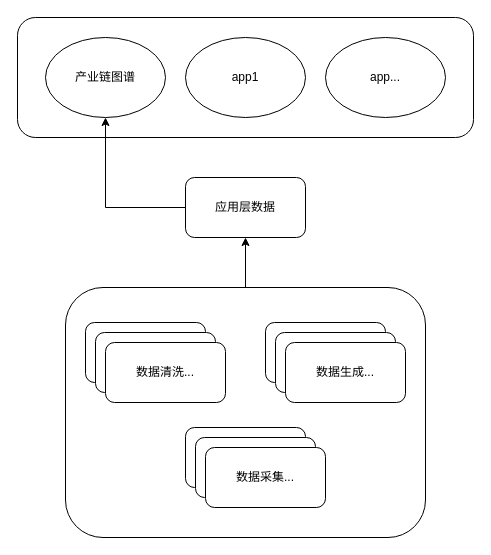
This is isc/ckg-data-flow.drawio from diaohancai/diagrams, a draw.io file, before an edit. Source tidied: cells renumbered, new cells numbered last; positions are measured from the earlier drawing's top-left corner, leaving out a move shared by most shapes. Both pictures are drawn from the tidied source at 100%, with x=0, y=0 at pixel (17, 17).
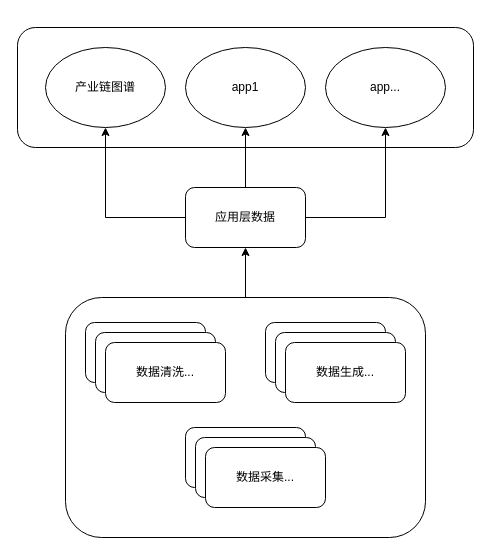
The same page after the edit.

Diff of the diagram source:
```diff
@@
     <mxCell id="2" style="rounded=1;whiteSpace=wrap;html=1;" parent="1" vertex="1">
-      <mxGeometry x="48" y="270" width="360" height="250" as="geometry" />
+      <mxGeometry x="48" y="280" width="360" height="240" as="geometry" />
     </mxCell>
     <mxCell id="3" style="rounded=1;whiteSpace=wrap;html=1;" parent="1" vertex="1">
-      <mxGeometry width="456" height="120" as="geometry" />
+      <mxGeometry y="10" width="456" height="120" as="geometry" />
     </mxCell>
@@
+    <mxCell id="19" style="edgeStyle=orthogonalEdgeStyle;rounded=0;jettySize=auto;html=1;" parent="1" edge="1" source="5" target="17">
+      <mxGeometry relative="1" as="geometry" />
+    </mxCell>
+    <mxCell id="20" style="edgeStyle=orthogonalEdgeStyle;rounded=0;jettySize=auto;html=1;entryX=0.5;entryY=1;entryDx=0;entryDy=0;" parent="1" edge="1" source="5" target="18">
+      <mxGeometry relative="1" as="geometry" />
+    </mxCell>
     <mxCell id="5" value="应用层数据" style="rounded=1;whiteSpace=wrap;html=1;" parent="1" vertex="1">
-      <mxGeometry x="168" y="160" width="120" height="60" as="geometry" />
+      <mxGeometry x="168" y="170" width="120" height="60" as="geometry" />
     </mxCell>
@@
     <mxCell id="16" value="产业链图谱" style="ellipse;whiteSpace=wrap;html=1;" parent="1" vertex="1">
-      <mxGeometry x="28" y="20" width="120" height="80" as="geometry" />
+      <mxGeometry x="28" y="30" width="120" height="80" as="geometry" />
     </mxCell>
     <mxCell id="17" value="app1" style="ellipse;whiteSpace=wrap;html=1;" parent="1" vertex="1">
-      <mxGeometry x="168" y="20" width="120" height="80" as="geometry" />
+      <mxGeometry x="168" y="30" width="120" height="80" as="geometry" />
     </mxCell>
     <mxCell id="18" value="app..." style="ellipse;whiteSpace=wrap;html=1;" parent="1" vertex="1">
-      <mxGeometry x="308" y="20" width="120" height="80" as="geometry" />
+      <mxGeometry x="308" y="30" width="120" height="80" as="geometry" />
     </mxCell>
```
